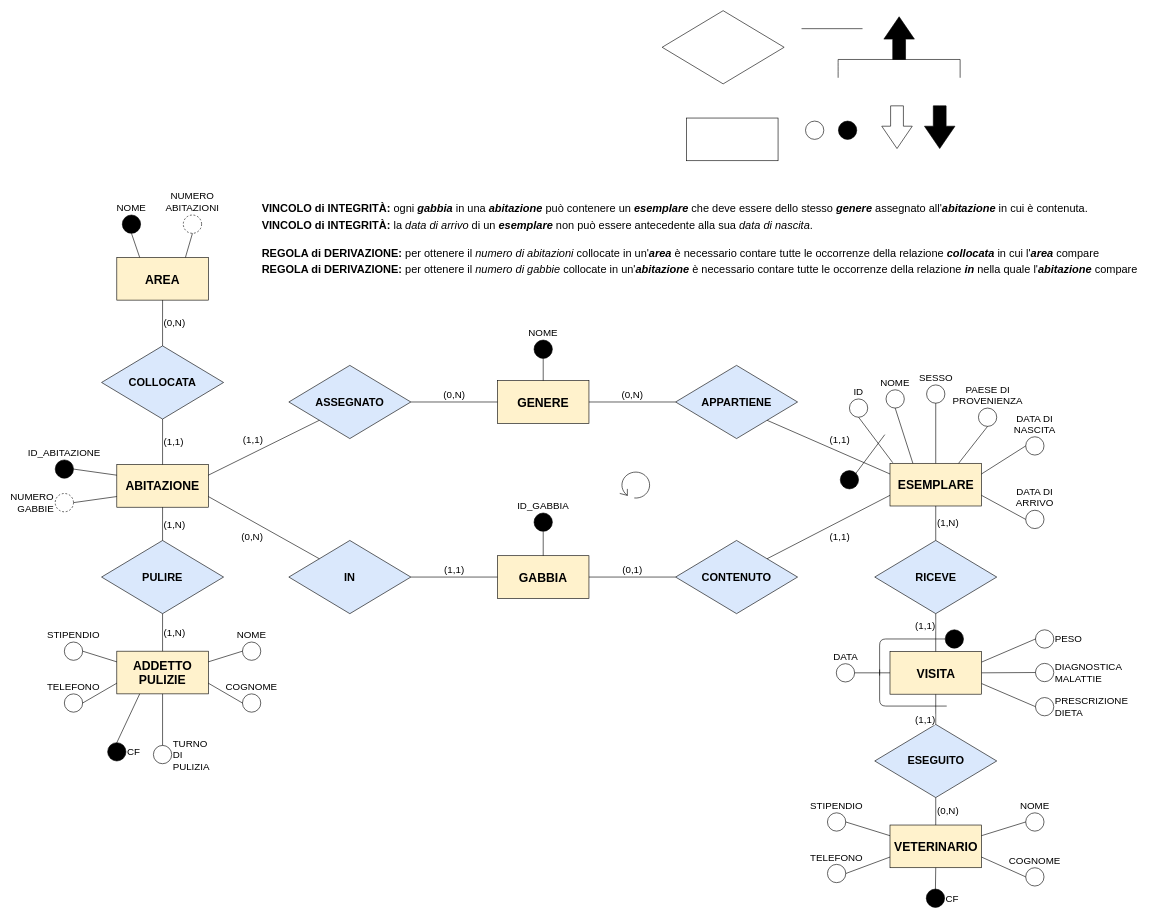
The draw.io diagram 04_ER_Schema_v4 - Ristrutturato.drawio in DanielePassabi/Progetto-Laboratorio-BSD, before the edit. Source tidied: cells renumbered, new cells numbered last; positions are measured from the earlier drawing's top-left corner, leaving out a move shared by most shapes. Both pictures are drawn from the tidied source at 61%, with x=0, y=0 at pixel (55, 10).
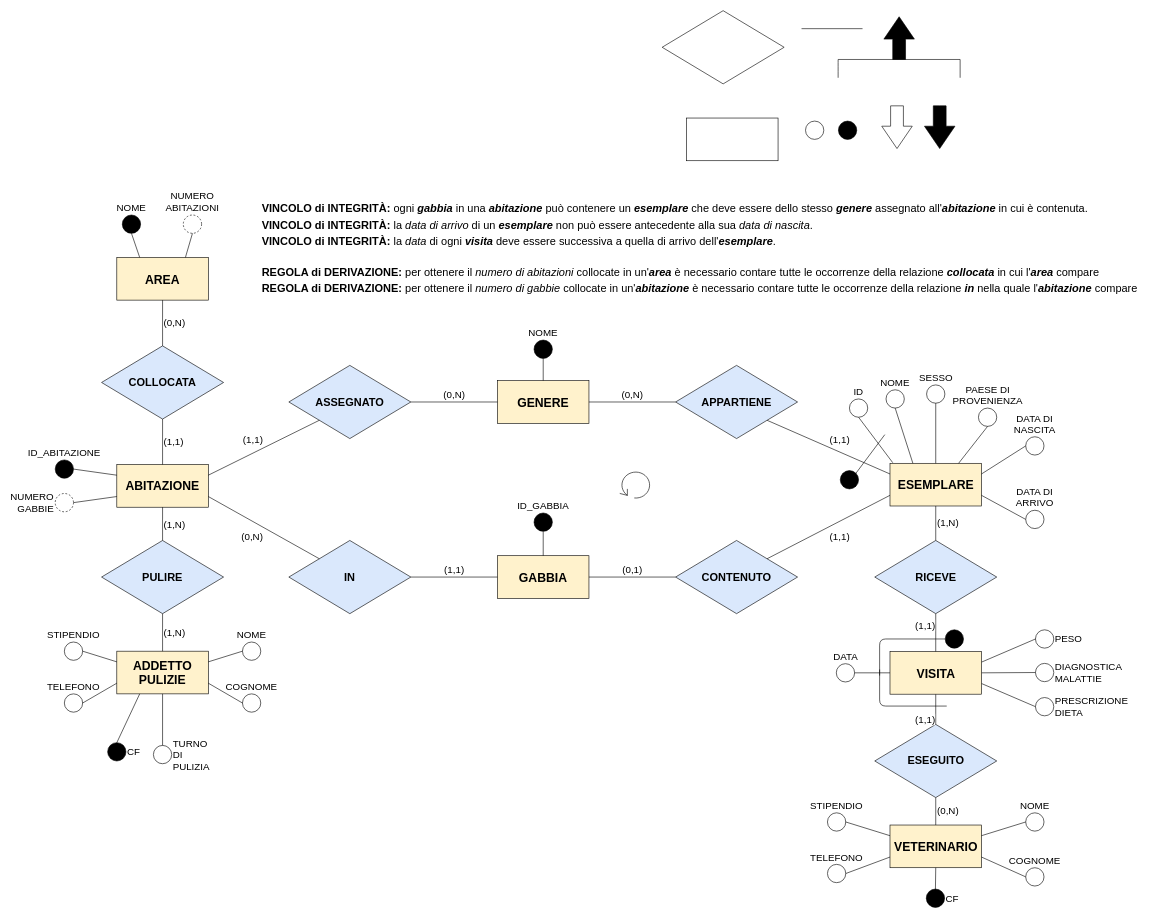
The same page after the edit.

The edit, as a diff of the source:
```diff
@@
     <mxCell id="107" value="&lt;font style=&quot;font-size: 18px&quot;&gt;&lt;b&gt;REGOLA di DERIVAZIONE:&lt;/b&gt;&amp;nbsp;per ottenere il &lt;i&gt;numero di abitazioni&lt;/i&gt; collocate in un'&lt;b&gt;&lt;i&gt;area&lt;/i&gt;&lt;/b&gt; è necessario contare tutte le occorrenze della relazione &lt;b&gt;&lt;i&gt;collocata&lt;/i&gt;&lt;/b&gt; in cui l'&lt;b&gt;&lt;i&gt;area&lt;/i&gt;&lt;/b&gt; compare&lt;br&gt;&lt;/font&gt;" style="text;html=1;align=left;verticalAlign=top;spacingTop=-4;" parent="1" vertex="1">
-      <mxGeometry x="337" y="384.5" width="1390" height="20" as="geometry" />
+      <mxGeometry x="337" y="416.5" width="1390" height="20" as="geometry" />
     </mxCell>
     <mxCell id="108" value="&lt;font style=&quot;font-size: 18px&quot;&gt;&lt;b&gt;REGOLA di DERIVAZIONE:&lt;/b&gt;&amp;nbsp;per ottenere il &lt;i&gt;numero di gabbie&lt;/i&gt; collocate in un'&lt;b&gt;&lt;i&gt;abitazione&lt;/i&gt;&lt;/b&gt; è necessario contare tutte le occorrenze della relazione &lt;i&gt;&lt;b&gt;in&lt;/b&gt;&lt;/i&gt; nella quale l'&lt;b&gt;&lt;i&gt;abitazione&lt;/i&gt;&lt;/b&gt; compare&lt;br&gt;&lt;/font&gt;" style="text;html=1;align=left;verticalAlign=top;spacingTop=-4;" parent="1" vertex="1">
-      <mxGeometry x="337" y="410.5" width="1450" height="20" as="geometry" />
+      <mxGeometry x="337" y="442.5" width="1450" height="20" as="geometry" />
     </mxCell>
+    <mxCell id="109" value="&lt;font style=&quot;font-size: 18px&quot;&gt;&lt;b&gt;VINCOLO di INTEGRITÀ:&lt;/b&gt;&amp;nbsp;la &lt;i&gt;data &lt;/i&gt;di ogni &lt;b style=&quot;font-style: italic&quot;&gt;visita&lt;/b&gt;&amp;nbsp;deve essere successiva a quella di arrivo dell'&lt;b&gt;&lt;i&gt;esemplare&lt;/i&gt;&lt;/b&gt;.&lt;/font&gt;" style="text;html=1;align=left;verticalAlign=top;spacingTop=-4;" parent="1" vertex="1">
+      <mxGeometry x="337" y="364.5" width="860" height="20" as="geometry" />
+    </mxCell>
```
